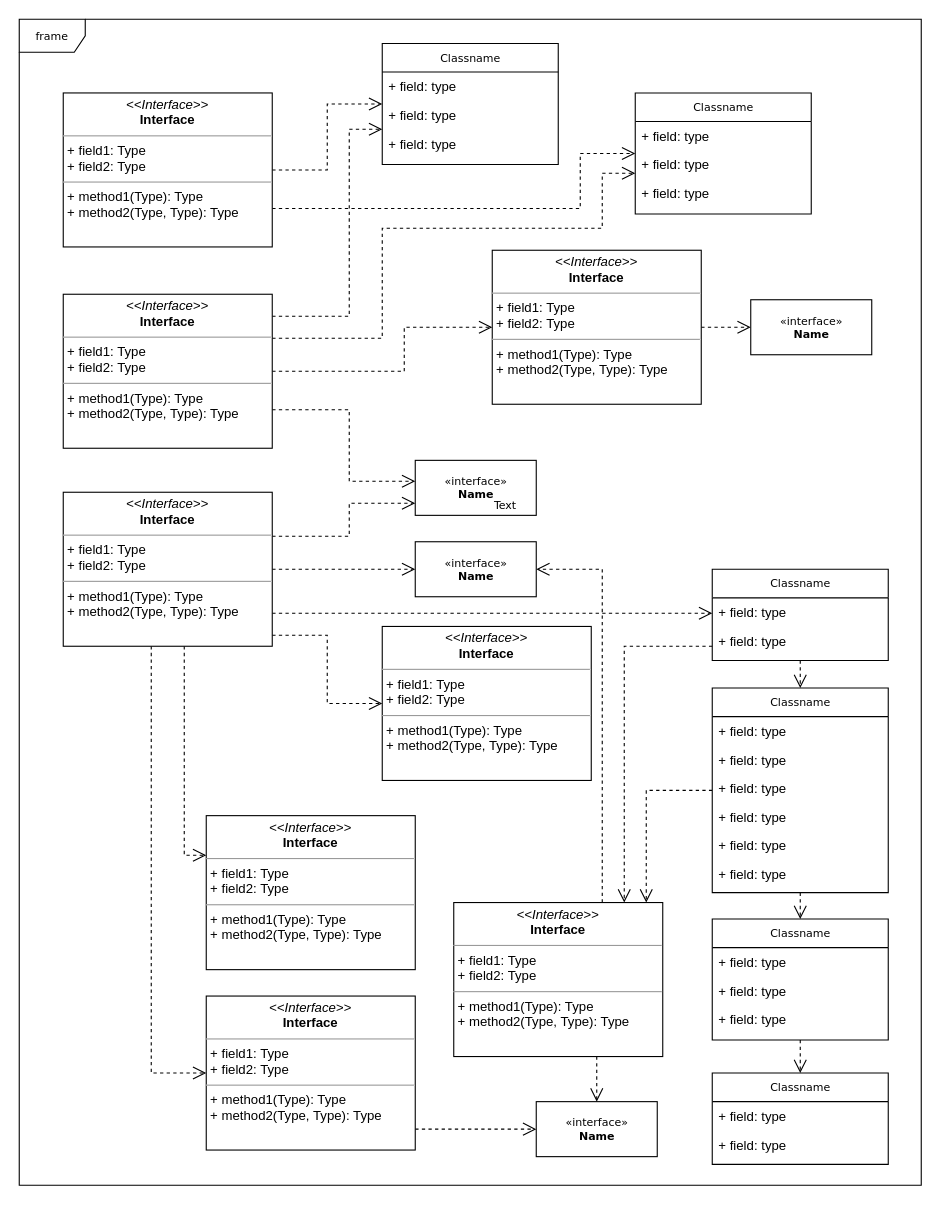
Before: Untitled Diagram.drawio in danilopersilva/aulaKotlin, a draw.io diagram. Source tidied: cells renumbered, new cells numbered last; positions are measured from the earlier drawing's top-left corner, leaving out a move shared by most shapes. Both pictures are drawn from the tidied source at 110%, with x=0, y=0 at pixel (19, 19).
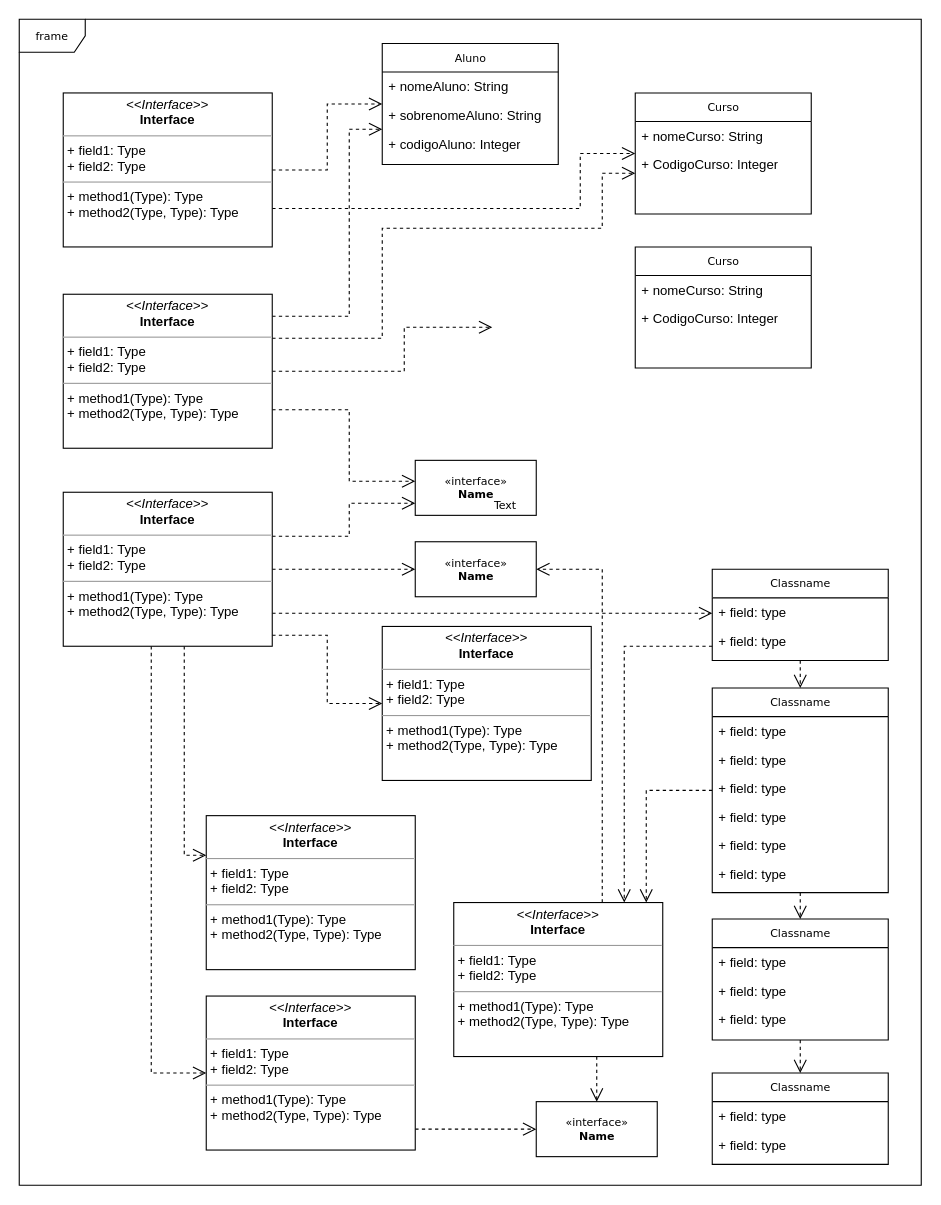
Above is the later version.

The change refers to these unchanged cells:
```xml
<mxCell id="53" value="&lt;p style=&quot;margin:0px;margin-top:4px;text-align:center;&quot;&gt;&lt;i&gt;&amp;lt;&amp;lt;Interface&amp;gt;&amp;gt;&lt;/i&gt;&lt;br/&gt;&lt;b&gt;Interface&lt;/b&gt;&lt;/p&gt;&lt;hr size=&quot;1&quot;/&gt;&lt;p style=&quot;margin:0px;margin-left:4px;&quot;&gt;+ field1: Type&lt;br/&gt;+ field2: Type&lt;/p&gt;&lt;hr size=&quot;1&quot;/&gt;&lt;p style=&quot;margin:0px;margin-left:4px;&quot;&gt;+ method1(Type): Type&lt;br/&gt;+ method2(Type, Type): Type&lt;/p&gt;" style="verticalAlign=top;align=left;overflow=fill;fontSize=12;fontFamily=Helvetica;html=1;rounded=0;shadow=0;comic=0;labelBackgroundColor=none;strokeWidth=1;" parent="1" vertex="1">
  <mxGeometry x="40" y="250" width="190" height="140" as="geometry" />
</mxCell>
```

The edit, as a diff of the source:
```diff
@@
-    <mxCell id="12" value="Classname" style="swimlane;html=1;fontStyle=0;horizontal=1;startSize=26;fillColor=none;swimlaneFillColor=#ffffff;rounded=0;shadow=0;comic=0;labelBackgroundColor=none;strokeWidth=1;fontFamily=Verdana;fontSize=10;align=center;" parent="1" vertex="1">
+    <mxCell id="12" value="Aluno" style="swimlane;html=1;fontStyle=0;horizontal=1;startSize=26;fillColor=none;swimlaneFillColor=#ffffff;rounded=0;shadow=0;comic=0;labelBackgroundColor=none;strokeWidth=1;fontFamily=Verdana;fontSize=10;align=center;" parent="1" vertex="1">
       <mxGeometry x="330" y="22" width="160" height="110" as="geometry" />
     </mxCell>
-    <mxCell id="13" value="+ field: type" style="text;html=1;strokeColor=none;fillColor=none;align=left;verticalAlign=top;spacingLeft=4;spacingRight=4;whiteSpace=wrap;overflow=hidden;" parent="12" vertex="1">
+    <mxCell id="13" value="+ nomeAluno: String" style="text;html=1;strokeColor=none;fillColor=none;align=left;verticalAlign=top;spacingLeft=4;spacingRight=4;whiteSpace=wrap;overflow=hidden;" parent="12" vertex="1">
       <mxGeometry y="26" width="160" height="26" as="geometry" />
     </mxCell>
-    <mxCell id="14" value="+ field: type" style="text;html=1;strokeColor=none;fillColor=none;align=left;verticalAlign=top;spacingLeft=4;spacingRight=4;whiteSpace=wrap;overflow=hidden;" parent="12" vertex="1">
+    <mxCell id="14" value="+ sobrenomeAluno: String" style="text;html=1;strokeColor=none;fillColor=none;align=left;verticalAlign=top;spacingLeft=4;spacingRight=4;whiteSpace=wrap;overflow=hidden;" parent="12" vertex="1">
       <mxGeometry y="52" width="160" height="26" as="geometry" />
     </mxCell>
-    <mxCell id="15" value="+ field: type" style="text;html=1;strokeColor=none;fillColor=none;align=left;verticalAlign=top;spacingLeft=4;spacingRight=4;whiteSpace=wrap;overflow=hidden;" parent="12" vertex="1">
+    <mxCell id="15" value="+ codigoAluno: Integer" style="text;html=1;strokeColor=none;fillColor=none;align=left;verticalAlign=top;spacingLeft=4;spacingRight=4;whiteSpace=wrap;overflow=hidden;" parent="12" vertex="1">
       <mxGeometry y="78" width="160" height="26" as="geometry" />
     </mxCell>
-    <mxCell id="16" value="Classname" style="swimlane;html=1;fontStyle=0;horizontal=1;startSize=26;fillColor=none;swimlaneFillColor=#ffffff;rounded=0;shadow=0;comic=0;labelBackgroundColor=none;strokeWidth=1;fontFamily=Verdana;fontSize=10;align=center;" parent="1" vertex="1">
+    <mxCell id="16" value="Curso" style="swimlane;html=1;fontStyle=0;horizontal=1;startSize=26;fillColor=none;swimlaneFillColor=#ffffff;rounded=0;shadow=0;comic=0;labelBackgroundColor=none;strokeWidth=1;fontFamily=Verdana;fontSize=10;align=center;" parent="1" vertex="1">
       <mxGeometry x="560" y="67" width="160" height="110" as="geometry" />
     </mxCell>
-    <mxCell id="17" value="+ field: type" style="text;html=1;strokeColor=none;fillColor=none;align=left;verticalAlign=top;spacingLeft=4;spacingRight=4;whiteSpace=wrap;overflow=hidden;" parent="16" vertex="1">
+    <mxCell id="17" value="+ nomeCurso: String" style="text;html=1;strokeColor=none;fillColor=none;align=left;verticalAlign=top;spacingLeft=4;spacingRight=4;whiteSpace=wrap;overflow=hidden;" parent="16" vertex="1">
       <mxGeometry y="26" width="160" height="26" as="geometry" />
     </mxCell>
-    <mxCell id="18" value="+ field: type" style="text;html=1;strokeColor=none;fillColor=none;align=left;verticalAlign=top;spacingLeft=4;spacingRight=4;whiteSpace=wrap;overflow=hidden;" parent="16" vertex="1">
+    <mxCell id="18" value="+ CodigoCurso: Integer" style="text;html=1;strokeColor=none;fillColor=none;align=left;verticalAlign=top;spacingLeft=4;spacingRight=4;whiteSpace=wrap;overflow=hidden;" parent="16" vertex="1">
       <mxGeometry y="52" width="160" height="26" as="geometry" />
     </mxCell>
-    <mxCell id="19" value="+ field: type" style="text;html=1;strokeColor=none;fillColor=none;align=left;verticalAlign=top;spacingLeft=4;spacingRight=4;whiteSpace=wrap;overflow=hidden;" parent="16" vertex="1">
-      <mxGeometry y="78" width="160" height="26" as="geometry" />
-    </mxCell>
@@
-    <mxCell id="42" style="edgeStyle=orthogonalEdgeStyle;rounded=0;html=1;dashed=1;labelBackgroundColor=none;startFill=0;endArrow=open;endFill=0;endSize=10;fontFamily=Verdana;fontSize=10;" parent="1" edge="1" source="43" target="45">
-      <mxGeometry relative="1" as="geometry" />
-    </mxCell>
-    <mxCell id="43" value="&lt;p style=&quot;margin:0px;margin-top:4px;text-align:center;&quot;&gt;&lt;i&gt;&amp;lt;&amp;lt;Interface&amp;gt;&amp;gt;&lt;/i&gt;&lt;br/&gt;&lt;b&gt;Interface&lt;/b&gt;&lt;/p&gt;&lt;hr size=&quot;1&quot;/&gt;&lt;p style=&quot;margin:0px;margin-left:4px;&quot;&gt;+ field1: Type&lt;br/&gt;+ field2: Type&lt;/p&gt;&lt;hr size=&quot;1&quot;/&gt;&lt;p style=&quot;margin:0px;margin-left:4px;&quot;&gt;+ method1(Type): Type&lt;br/&gt;+ method2(Type, Type): Type&lt;/p&gt;" style="verticalAlign=top;align=left;overflow=fill;fontSize=12;fontFamily=Helvetica;html=1;rounded=0;shadow=0;comic=0;labelBackgroundColor=none;strokeWidth=1;" parent="1" vertex="1">
-      <mxGeometry x="430" y="210" width="190" height="140" as="geometry" />
-    </mxCell>
@@
-    <mxCell id="45" value="&amp;laquo;interface&amp;raquo;&lt;br&gt;&lt;b&gt;Name&lt;/b&gt;" style="html=1;rounded=0;shadow=0;comic=0;labelBackgroundColor=none;strokeWidth=1;fontFamily=Verdana;fontSize=10;align=center;" parent="1" vertex="1">
-      <mxGeometry x="665" y="255" width="110" height="50" as="geometry" />
-    </mxCell>
@@
-    <mxCell id="51" style="edgeStyle=orthogonalEdgeStyle;rounded=0;html=1;dashed=1;labelBackgroundColor=none;startFill=0;endArrow=open;endFill=0;endSize=10;fontFamily=Verdana;fontSize=10;" parent="1" edge="1" source="53" target="43">
+    <mxCell id="51" style="edgeStyle=orthogonalEdgeStyle;rounded=0;html=1;dashed=1;labelBackgroundColor=none;startFill=0;endArrow=open;endFill=0;endSize=10;fontFamily=Verdana;fontSize=10;" parent="1" edge="1" source="53">
       <mxGeometry relative="1" as="geometry">
+        <mxPoint x="430" y="280" as="targetPoint" />
         <Array as="points">
           <mxPoint x="350" y="320" />
           <mxPoint x="350" y="280" />
         </Array>
       </mxGeometry>
     </mxCell>
@@
+    <mxCell id="62" value="Curso" style="swimlane;html=1;fontStyle=0;horizontal=1;startSize=26;fillColor=none;swimlaneFillColor=#ffffff;rounded=0;shadow=0;comic=0;labelBackgroundColor=none;strokeWidth=1;fontFamily=Verdana;fontSize=10;align=center;" parent="1" vertex="1">
+      <mxGeometry x="560" y="207" width="160" height="110" as="geometry" />
+    </mxCell>
+    <mxCell id="63" value="+ nomeCurso: String" style="text;html=1;strokeColor=none;fillColor=none;align=left;verticalAlign=top;spacingLeft=4;spacingRight=4;whiteSpace=wrap;overflow=hidden;" parent="62" vertex="1">
+      <mxGeometry y="26" width="160" height="26" as="geometry" />
+    </mxCell>
+    <mxCell id="64" value="+ CodigoCurso: Integer" style="text;html=1;strokeColor=none;fillColor=none;align=left;verticalAlign=top;spacingLeft=4;spacingRight=4;whiteSpace=wrap;overflow=hidden;" parent="62" vertex="1">
+      <mxGeometry y="52" width="160" height="26" as="geometry" />
+    </mxCell>
```
